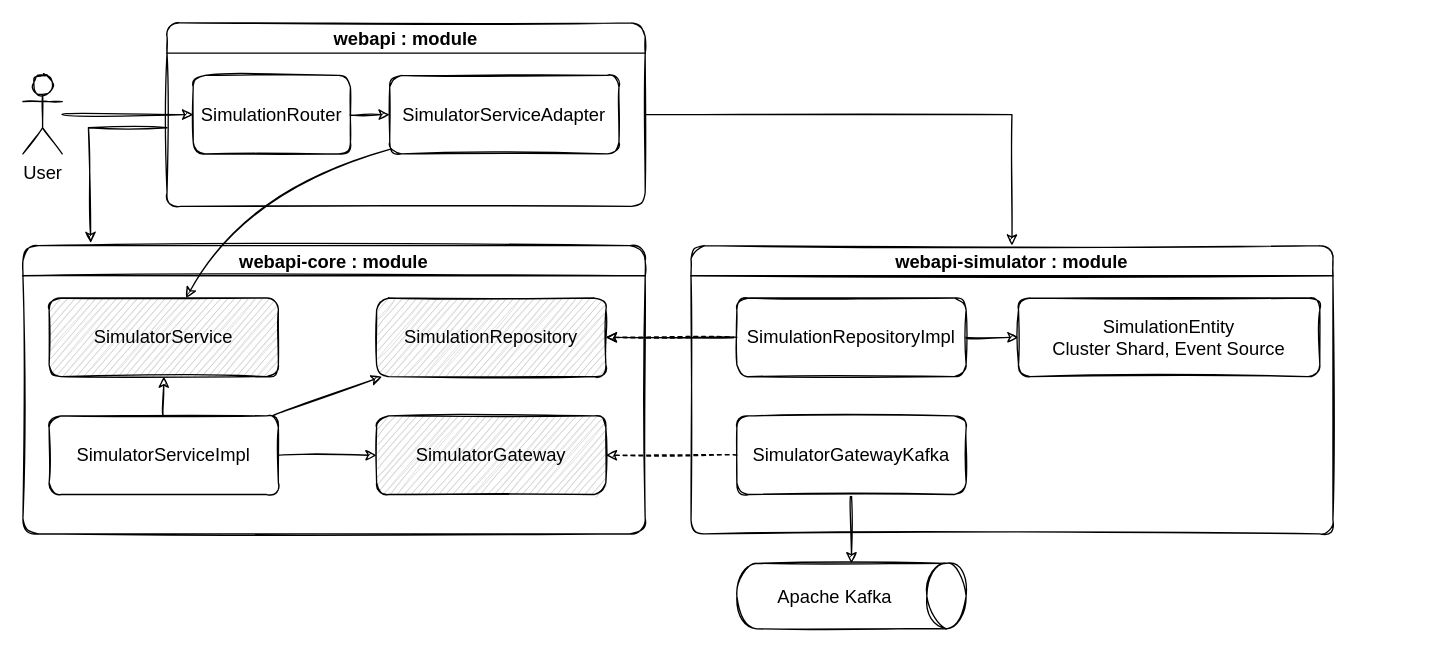
The draw.io diagram page "webapi" (6 of 6) of stars-simulator.drawio in estrondo/diagrams.net, before the edit. Source tidied: cells renumbered, new cells numbered last; positions are measured from the earlier drawing's top-left corner, leaving out a move shared by most shapes. Both pictures are drawn from the tidied source at 131%, with x=0, y=0 at pixel (22, 22).
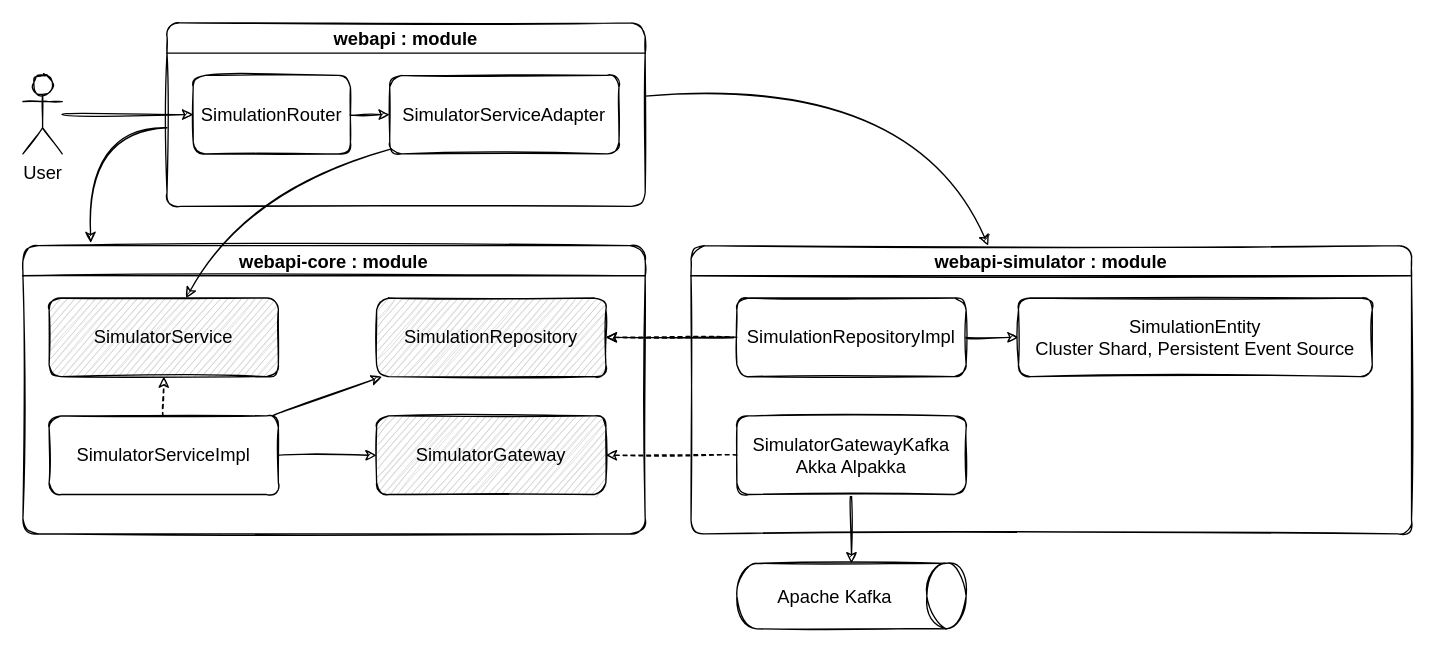
After the change.

The change refers to these unchanged cells:
```xml
<mxCell id="9" value="webapi-core : module" style="swimlane;rounded=1;shadow=0;glass=0;sketch=1;fillStyle=auto;fontSize=14;fillColor=none;arcSize=17;strokeWidth=1;" parent="1" vertex="1">
  <mxGeometry y="170" width="475" height="220" as="geometry" />
</mxCell>
<mxCell id="10" value="SimulatorService" style="rounded=1;whiteSpace=wrap;html=1;sketch=1;fontSize=14;fillColor=#CCCCCC;fillStyle=auto;strokeWidth=1;" parent="9" vertex="1">
  <mxGeometry x="20" y="40" width="175" height="60" as="geometry" />
</mxCell>
<mxCell id="11" value="SimulatorServiceImpl" style="rounded=1;whiteSpace=wrap;html=1;sketch=1;fontSize=14;strokeWidth=1;" parent="9" vertex="1">
  <mxGeometry x="20" y="130" width="175" height="60" as="geometry" />
</mxCell>
<mxCell id="17" value="webapi : module" style="swimlane;rounded=1;shadow=0;glass=0;sketch=1;fillStyle=auto;fontSize=14;fillColor=none;startSize=23;strokeWidth=1;" parent="1" vertex="1">
  <mxGeometry x="110" width="365" height="140" as="geometry" />
</mxCell>
```

Change to the diagram source:
```diff
@@
-    <mxCell id="14" style="endArrow=classic;html=1;rounded=1;sketch=1;fontSize=14;curved=1;strokeWidth=1;" parent="9" edge="1" source="11" target="10">
+    <mxCell id="14" style="endArrow=classic;html=1;rounded=1;sketch=1;fontSize=14;curved=1;strokeWidth=1;dashed=1;" parent="9" edge="1" source="11" target="10">
       <mxGeometry relative="1" as="geometry" />
     </mxCell>
@@
     <mxCell id="21" value="webapi-simulator : module" style="swimlane;rounded=1;shadow=0;glass=0;sketch=1;fillStyle=auto;fontSize=14;fillColor=none;strokeWidth=1;" parent="1" vertex="1">
-      <mxGeometry x="510" y="170" width="490" height="220" as="geometry" />
+      <mxGeometry x="510" y="170" width="550" height="220" as="geometry" />
     </mxCell>
@@
-    <mxCell id="23" value="SimulatorGatewayKafka" style="rounded=1;whiteSpace=wrap;html=1;sketch=1;fontSize=14;strokeWidth=1;" parent="21" vertex="1">
+    <mxCell id="23" value="SimulatorGatewayKafka&lt;br&gt;Akka Alpakka" style="rounded=1;whiteSpace=wrap;html=1;sketch=1;fontSize=14;strokeWidth=1;" parent="21" vertex="1">
       <mxGeometry x="35" y="130" width="175" height="60" as="geometry" />
     </mxCell>
@@
-    <mxCell id="25" value="SimulationEntity&lt;br&gt;Cluster Shard, Event Source&lt;br&gt; " style="rounded=1;whiteSpace=wrap;html=1;sketch=1;fontSize=14;strokeWidth=1;" parent="21" vertex="1">
-      <mxGeometry x="250" y="40" width="230" height="60" as="geometry" />
+    <mxCell id="25" value="SimulationEntity&lt;br&gt;Cluster Shard, Persistent Event Source&lt;br&gt; " style="rounded=1;whiteSpace=wrap;html=1;sketch=1;fontSize=14;strokeWidth=1;" parent="21" vertex="1">
+      <mxGeometry x="250" y="40" width="270" height="60" as="geometry" />
     </mxCell>
-    <mxCell id="26" style="endArrow=classic;html=1;strokeWidth=1;rounded=0;shadow=0;sketch=1;fontSize=14;endFill=1;" parent="1" edge="1" source="17" target="21">
+    <mxCell id="26" style="endArrow=classic;html=1;strokeWidth=1;shadow=0;sketch=1;fontSize=14;endFill=1;strokeColor=default;curved=1;" parent="1" edge="1" source="17" target="21">
       <mxGeometry relative="1" as="geometry">
         <Array as="points">
-          <mxPoint x="755" y="70" />
+          <mxPoint x="680" y="40" />
         </Array>
       </mxGeometry>
     </mxCell>
-    <mxCell id="27" style="endArrow=classic;html=1;strokeWidth=1;rounded=0;shadow=0;sketch=1;fontSize=14;endFill=1;entryX=0.109;entryY=-0.009;entryDx=0;entryDy=0;entryPerimeter=0;" parent="1" edge="1" target="9">
+    <mxCell id="27" style="endArrow=classic;html=1;strokeWidth=1;shadow=0;sketch=1;fontSize=14;endFill=1;entryX=0.109;entryY=-0.009;entryDx=0;entryDy=0;entryPerimeter=0;curved=1;" parent="1" edge="1" target="9">
       <mxGeometry relative="1" as="geometry">
         <mxPoint x="110" y="80" as="sourcePoint" />
         <Array as="points">
           <mxPoint x="50" y="80" />
         </Array>
       </mxGeometry>
     </mxCell>
```
